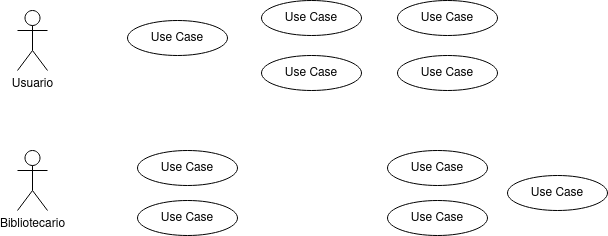
Before: practicas/DiagramaCUProyecto.png, a diagram exported from draw.io (adogonz23/programacion). Source tidied: cells renumbered, new cells last; positions are measured from the earlier drawing's top-left corner, leaving out a move shared by most shapes. The source it was exported from:
```xml
<mxGraphModel>
  <root>
    <mxCell id="0" />
    <mxCell id="1" parent="0" />
    <mxCell id="2" value="Usuario" style="shape=umlActor;html=1;verticalLabelPosition=bottom;verticalAlign=top;align=center;" parent="1" vertex="1">
      <mxGeometry y="10" width="30" height="60" as="geometry" />
    </mxCell>
    <mxCell id="3" value="Bibliotecario" style="shape=umlActor;html=1;verticalLabelPosition=bottom;verticalAlign=top;align=center;" parent="1" vertex="1">
      <mxGeometry y="150" width="30" height="60" as="geometry" />
    </mxCell>
    <mxCell id="4" value="Use Case" style="ellipse;whiteSpace=wrap;html=1;" parent="1" vertex="1">
      <mxGeometry x="110" y="20" width="100" height="35" as="geometry" />
    </mxCell>
    <mxCell id="5" value="Use Case" style="ellipse;whiteSpace=wrap;html=1;" parent="1" vertex="1">
      <mxGeometry x="370" y="200" width="100" height="35" as="geometry" />
    </mxCell>
    <mxCell id="6" value="Use Case" style="ellipse;whiteSpace=wrap;html=1;" parent="1" vertex="1">
      <mxGeometry x="370" y="150" width="100" height="35" as="geometry" />
    </mxCell>
    <mxCell id="7" value="Use Case" style="ellipse;whiteSpace=wrap;html=1;" parent="1" vertex="1">
      <mxGeometry x="244" y="55" width="100" height="35" as="geometry" />
    </mxCell>
    <mxCell id="8" value="Use Case" style="ellipse;whiteSpace=wrap;html=1;" parent="1" vertex="1">
      <mxGeometry x="244" width="100" height="35" as="geometry" />
    </mxCell>
    <mxCell id="9" value="Use Case" style="ellipse;whiteSpace=wrap;html=1;" parent="1" vertex="1">
      <mxGeometry x="380" y="55" width="100" height="35" as="geometry" />
    </mxCell>
    <mxCell id="10" value="Use Case" style="ellipse;whiteSpace=wrap;html=1;" parent="1" vertex="1">
      <mxGeometry x="380" width="100" height="35" as="geometry" />
    </mxCell>
    <mxCell id="11" value="Use Case" style="ellipse;whiteSpace=wrap;html=1;" parent="1" vertex="1">
      <mxGeometry x="490" y="175" width="100" height="35" as="geometry" />
    </mxCell>
    <mxCell id="12" value="Use Case" style="ellipse;whiteSpace=wrap;html=1;" parent="1" vertex="1">
      <mxGeometry x="120" y="150" width="100" height="35" as="geometry" />
    </mxCell>
    <mxCell id="13" value="Use Case" style="ellipse;whiteSpace=wrap;html=1;" parent="1" vertex="1">
      <mxGeometry x="120" y="200" width="100" height="35" as="geometry" />
    </mxCell>
  </root>
</mxGraphModel>
```
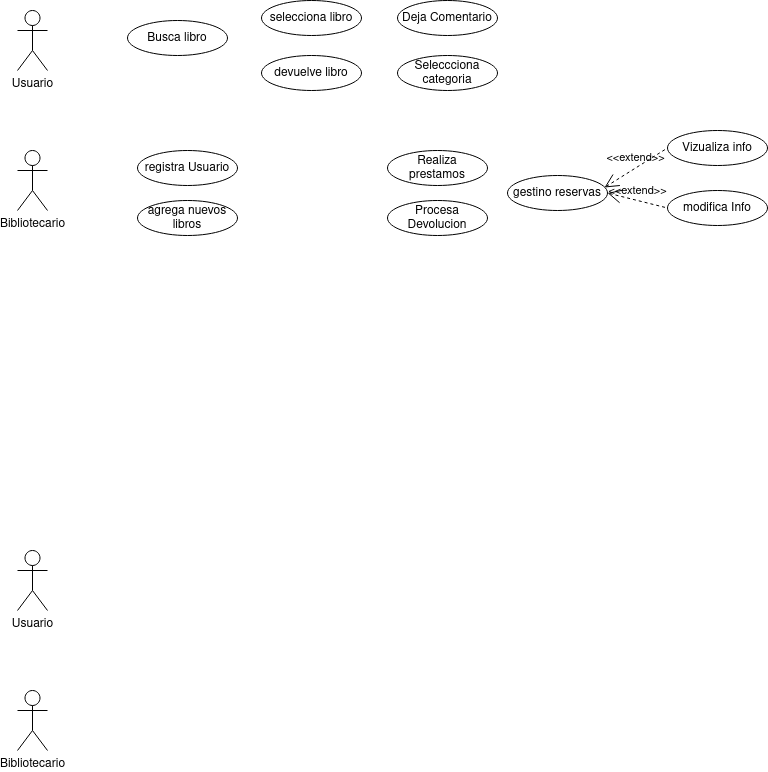
Above is the later version.

Change to the diagram source:
```diff
@@ -8,35 +8,53 @@
     <mxCell id="3" value="Bibliotecario" style="shape=umlActor;html=1;verticalLabelPosition=bottom;verticalAlign=top;align=center;" parent="1" vertex="1">
       <mxGeometry y="150" width="30" height="60" as="geometry" />
     </mxCell>
-    <mxCell id="4" value="Use Case" style="ellipse;whiteSpace=wrap;html=1;" parent="1" vertex="1">
+    <mxCell id="4" value="Busca libro" style="ellipse;whiteSpace=wrap;html=1;" parent="1" vertex="1">
       <mxGeometry x="110" y="20" width="100" height="35" as="geometry" />
     </mxCell>
-    <mxCell id="5" value="Use Case" style="ellipse;whiteSpace=wrap;html=1;" parent="1" vertex="1">
+    <mxCell id="5" value="&lt;div&gt;Procesa&lt;/div&gt;&lt;div&gt;Devolucion&lt;/div&gt;" style="ellipse;whiteSpace=wrap;html=1;" parent="1" vertex="1">
       <mxGeometry x="370" y="200" width="100" height="35" as="geometry" />
     </mxCell>
-    <mxCell id="6" value="Use Case" style="ellipse;whiteSpace=wrap;html=1;" parent="1" vertex="1">
+    <mxCell id="6" value="Realiza prestamos" style="ellipse;whiteSpace=wrap;html=1;" parent="1" vertex="1">
       <mxGeometry x="370" y="150" width="100" height="35" as="geometry" />
     </mxCell>
-    <mxCell id="7" value="Use Case" style="ellipse;whiteSpace=wrap;html=1;" parent="1" vertex="1">
+    <mxCell id="7" value="devuelve libro" style="ellipse;whiteSpace=wrap;html=1;" parent="1" vertex="1">
       <mxGeometry x="244" y="55" width="100" height="35" as="geometry" />
     </mxCell>
-    <mxCell id="8" value="Use Case" style="ellipse;whiteSpace=wrap;html=1;" parent="1" vertex="1">
+    <mxCell id="8" value="selecciona libro" style="ellipse;whiteSpace=wrap;html=1;" parent="1" vertex="1">
       <mxGeometry x="244" width="100" height="35" as="geometry" />
     </mxCell>
-    <mxCell id="9" value="Use Case" style="ellipse;whiteSpace=wrap;html=1;" parent="1" vertex="1">
+    <mxCell id="9" value="Seleccciona categoria" style="ellipse;whiteSpace=wrap;html=1;" parent="1" vertex="1">
       <mxGeometry x="380" y="55" width="100" height="35" as="geometry" />
     </mxCell>
-    <mxCell id="10" value="Use Case" style="ellipse;whiteSpace=wrap;html=1;" parent="1" vertex="1">
+    <mxCell id="10" value="Deja Comentario" style="ellipse;whiteSpace=wrap;html=1;" parent="1" vertex="1">
       <mxGeometry x="380" width="100" height="35" as="geometry" />
     </mxCell>
-    <mxCell id="11" value="Use Case" style="ellipse;whiteSpace=wrap;html=1;" parent="1" vertex="1">
+    <mxCell id="11" value="gestino reservas" style="ellipse;whiteSpace=wrap;html=1;" parent="1" vertex="1">
       <mxGeometry x="490" y="175" width="100" height="35" as="geometry" />
     </mxCell>
-    <mxCell id="12" value="Use Case" style="ellipse;whiteSpace=wrap;html=1;" parent="1" vertex="1">
+    <mxCell id="12" value="registra Usuario" style="ellipse;whiteSpace=wrap;html=1;" parent="1" vertex="1">
       <mxGeometry x="120" y="150" width="100" height="35" as="geometry" />
     </mxCell>
-    <mxCell id="13" value="Use Case" style="ellipse;whiteSpace=wrap;html=1;" parent="1" vertex="1">
+    <mxCell id="13" value="&lt;div&gt;agrega nuevos&lt;/div&gt;&lt;div&gt;libros&lt;br&gt;&lt;/div&gt;" style="ellipse;whiteSpace=wrap;html=1;" parent="1" vertex="1">
       <mxGeometry x="120" y="200" width="100" height="35" as="geometry" />
     </mxCell>
+    <mxCell id="14" value="modifica Info" style="ellipse;whiteSpace=wrap;html=1;" parent="1" vertex="1">
+      <mxGeometry x="650" y="190" width="100" height="35" as="geometry" />
+    </mxCell>
+    <mxCell id="15" value="Vizualiza info" style="ellipse;whiteSpace=wrap;html=1;" parent="1" vertex="1">
+      <mxGeometry x="650" y="130" width="100" height="35" as="geometry" />
+    </mxCell>
+    <mxCell id="16" value="&amp;lt;&amp;lt;extend&amp;gt;&amp;gt;" style="edgeStyle=none;html=1;startArrow=open;endArrow=none;startSize=12;verticalAlign=bottom;dashed=1;labelBackgroundColor=none;rounded=0;entryX=0;entryY=0.5;entryDx=0;entryDy=0;exitX=0.97;exitY=0.343;exitDx=0;exitDy=0;exitPerimeter=0;" parent="1" edge="1" source="11" target="15">
+      <mxGeometry relative="1" as="geometry" />
+    </mxCell>
+    <mxCell id="17" value="&amp;lt;&amp;lt;extend&amp;gt;&amp;gt;" style="edgeStyle=none;html=1;startArrow=open;endArrow=none;startSize=12;verticalAlign=bottom;dashed=1;labelBackgroundColor=none;rounded=0;entryX=0;entryY=0.5;entryDx=0;entryDy=0;exitX=1;exitY=0.5;exitDx=0;exitDy=0;" parent="1" edge="1" source="11" target="14">
+      <mxGeometry relative="1" as="geometry" />
+    </mxCell>
+    <mxCell id="18" value="Usuario" style="shape=umlActor;html=1;verticalLabelPosition=bottom;verticalAlign=top;align=center;" parent="1" vertex="1">
+      <mxGeometry y="550" width="30" height="60" as="geometry" />
+    </mxCell>
+    <mxCell id="19" value="Bibliotecario" style="shape=umlActor;html=1;verticalLabelPosition=bottom;verticalAlign=top;align=center;" parent="1" vertex="1">
+      <mxGeometry y="690" width="30" height="60" as="geometry" />
+    </mxCell>
   </root>
 </mxGraphModel>
```
